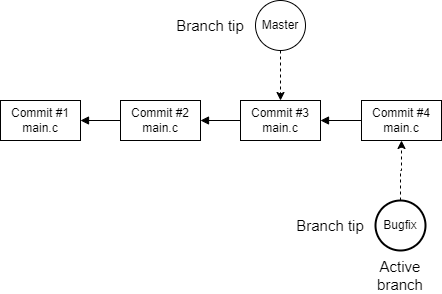
Above: Assets/images/git-branch-overview.png in braboj/tutorial-git (draw.io), before the change. Source tidied: cells renumbered, new cells last; positions are measured from the earlier drawing's top-left corner, leaving out a move shared by most shapes.
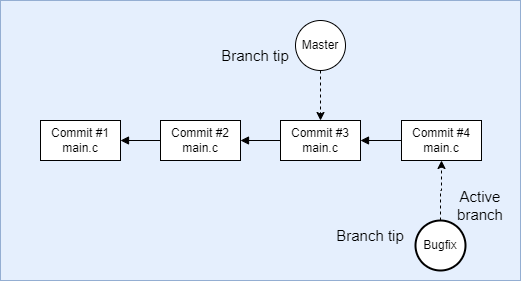
After the commit.

What changed in the source:
```diff
@@ -1,7 +1,10 @@
-<mxGraphModel>
+<mxGraphModel background="#FFFFFF">
   <root>
     <mxCell id="0" />
     <mxCell id="1" parent="0" />
+    <mxCell id="16" style="rounded=0;whiteSpace=wrap;html=1;fillColor=#dae8fc;strokeColor=#6c8ebf;shadow=0;sketch=0;glass=0;opacity=70;fillStyle=zigzag;" parent="1" vertex="1">
+      <mxGeometry x="-40" y="-20" width="520" height="280" as="geometry" />
+    </mxCell>
     <mxCell id="2" style="edgeStyle=orthogonalEdgeStyle;rounded=0;jettySize=auto;html=1;entryX=0;entryY=0.5;entryDx=0;entryDy=0;startArrow=block;startFill=1;endArrow=none;endFill=0;" parent="1" edge="1" source="3" target="5">
       <mxGeometry relative="1" as="geometry" />
     </mxCell>
@@ -23,7 +26,7 @@
     <mxCell id="8" style="edgeStyle=orthogonalEdgeStyle;rounded=0;jettySize=auto;html=1;entryX=0.5;entryY=0;entryDx=0;entryDy=0;dashed=1;" parent="1" edge="1" source="9" target="7">
       <mxGeometry relative="1" as="geometry" />
     </mxCell>
-    <mxCell id="9" value="Master" style="ellipse;whiteSpace=wrap;html=1;" parent="1" vertex="1">
+    <mxCell id="9" value="Master" style="ellipse;whiteSpace=wrap;html=1;shadow=0;" parent="1" vertex="1">
       <mxGeometry x="255" width="50" height="50" as="geometry" />
     </mxCell>
     <mxCell id="10" value="Commit #4&lt;br&gt;main.c" style="rounded=0;whiteSpace=wrap;html=1;" parent="1" vertex="1">
@@ -32,17 +35,17 @@
     <mxCell id="11" style="edgeStyle=orthogonalEdgeStyle;rounded=0;jettySize=auto;html=1;entryX=0.5;entryY=1;entryDx=0;entryDy=0;dashed=1;" parent="1" edge="1" source="12" target="10">
       <mxGeometry relative="1" as="geometry" />
     </mxCell>
-    <mxCell id="12" value="Bugfix" style="ellipse;whiteSpace=wrap;html=1;strokeWidth=2;" parent="1" vertex="1">
+    <mxCell id="12" value="Bugfix" style="ellipse;whiteSpace=wrap;html=1;strokeWidth=2;shadow=0;" parent="1" vertex="1">
       <mxGeometry x="375" y="200" width="50" height="50" as="geometry" />
     </mxCell>
     <mxCell id="13" value="Branch tip" style="text;html=1;strokeColor=none;fillColor=none;align=center;verticalAlign=middle;whiteSpace=wrap;rounded=0;sketch=1;fontFamily=Helvetica;fontSize=15;" parent="1" vertex="1">
-      <mxGeometry x="170" y="10" width="80" height="30" as="geometry" />
+      <mxGeometry x="175" y="20" width="80" height="30" as="geometry" />
     </mxCell>
     <mxCell id="14" value="Branch tip" style="text;html=1;strokeColor=none;fillColor=none;align=center;verticalAlign=middle;whiteSpace=wrap;rounded=0;sketch=1;fontFamily=Helvetica;fontSize=15;" parent="1" vertex="1">
-      <mxGeometry x="290" y="210" width="80" height="30" as="geometry" />
+      <mxGeometry x="290" y="200" width="80" height="30" as="geometry" />
     </mxCell>
     <mxCell id="15" value="Active branch" style="text;html=1;strokeColor=none;fillColor=none;align=center;verticalAlign=middle;whiteSpace=wrap;rounded=0;sketch=1;fontFamily=Helvetica;fontSize=15;" parent="1" vertex="1">
-      <mxGeometry x="360" y="260" width="80" height="30" as="geometry" />
+      <mxGeometry x="400" y="170" width="80" height="30" as="geometry" />
     </mxCell>
   </root>
 </mxGraphModel>
```
